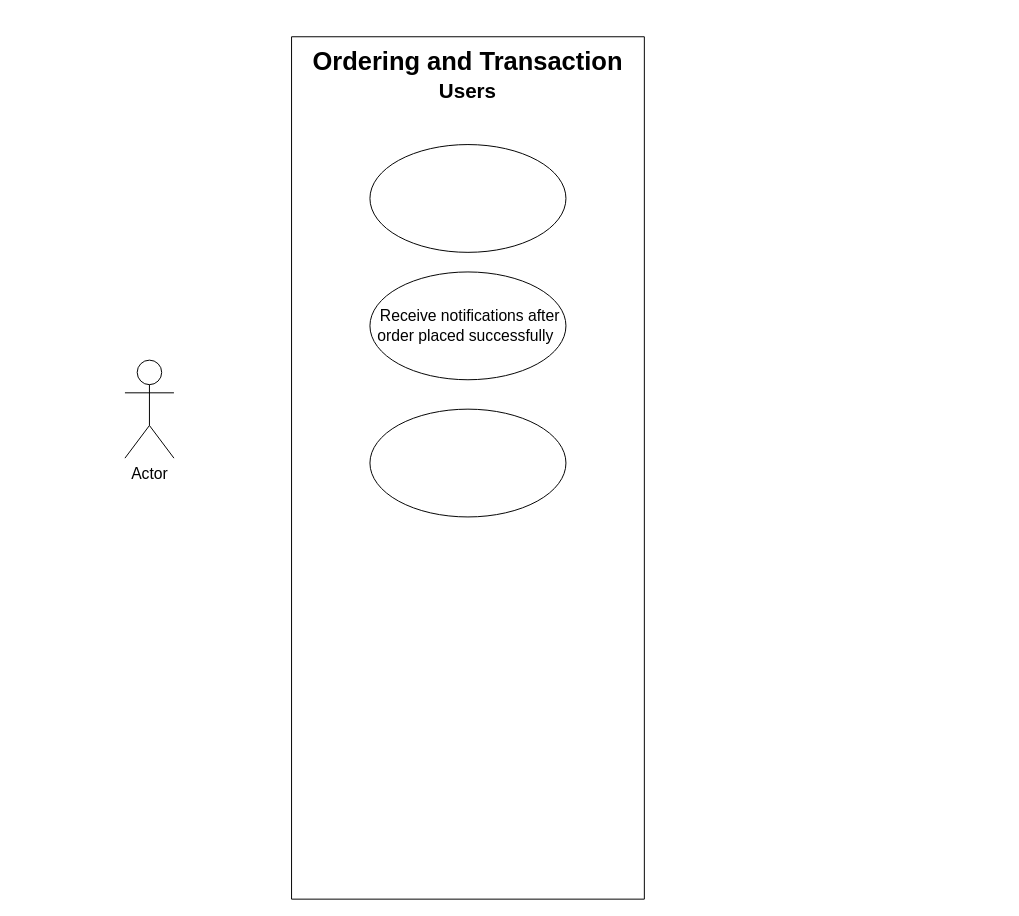
The draw.io diagram SAD_Assignment.drawio in i4GS/test, before the edit. Source tidied: cells renumbered, new cells numbered last; positions are measured from the earlier drawing's top-left corner, leaving out a move shared by most shapes. Both pictures are drawn from the tidied source at 98%, with x=0, y=0 at pixel (124, 17).
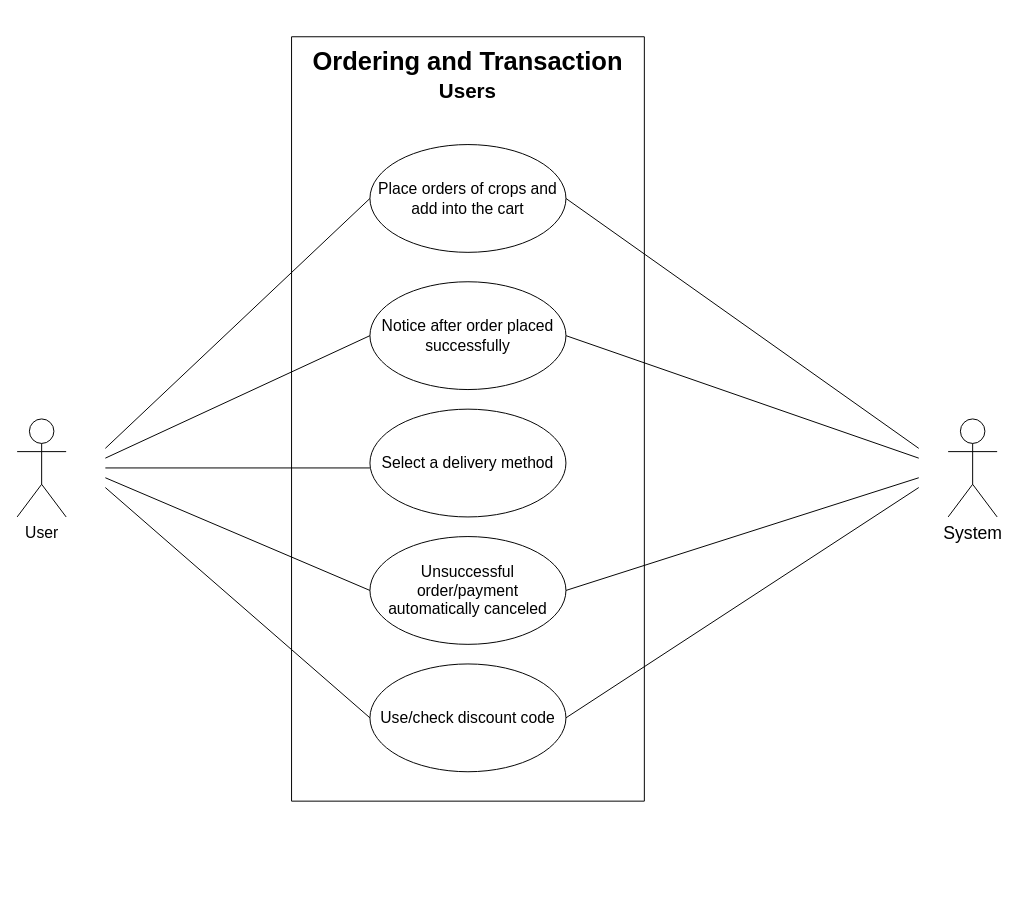
After the change.

What changed in the source:
```diff
@@
-    <mxCell id="3" value="Actor" style="shape=umlActor;verticalLabelPosition=bottom;verticalAlign=top;html=1;fontSize=16;" parent="1" vertex="1">
-      <mxGeometry y="350" width="50" height="100" as="geometry" />
+    <mxCell id="3" value="User" style="shape=umlActor;verticalLabelPosition=bottom;verticalAlign=top;html=1;fontSize=16;" parent="1" vertex="1">
+      <mxGeometry x="-110" y="410" width="50" height="100" as="geometry" />
     </mxCell>
-    <mxCell id="4" value="&amp;nbsp;Receive notifications after order placed successfully&amp;nbsp;" style="ellipse;whiteSpace=wrap;html=1;fontSize=16;" parent="1" vertex="1">
-      <mxGeometry x="250" y="260" width="200" height="110" as="geometry" />
-    </mxCell>
     <mxCell id="5" style="swimlane;startSize=0;fontSize=16;" parent="1" vertex="1">
-      <mxGeometry x="170" y="20" width="360" height="880" as="geometry" />
+      <mxGeometry x="170" y="20" width="360" height="780" as="geometry" />
     </mxCell>
-    <mxCell id="6" style="ellipse;whiteSpace=wrap;html=1;fontSize=16;" parent="5" vertex="1">
+    <mxCell id="6" value="Place orders of crops and add into the cart" style="ellipse;whiteSpace=wrap;html=1;fontSize=16;" parent="5" vertex="1">
       <mxGeometry x="80" y="110" width="200" height="110" as="geometry" />
     </mxCell>
@@
-    <mxCell id="8" style="ellipse;whiteSpace=wrap;html=1;fontSize=16;" parent="5" vertex="1">
+    <mxCell id="8" value="Select a delivery method" style="ellipse;whiteSpace=wrap;html=1;fontSize=16;" parent="5" vertex="1">
       <mxGeometry x="80" y="380" width="200" height="110" as="geometry" />
     </mxCell>
+    <mxCell id="4" value="&lt;font style=&quot;font-size: 16px;&quot;&gt;Notice&amp;nbsp;&lt;font style=&quot;font-size: 16px;&quot;&gt;after order placed successfully&lt;/font&gt;&lt;/font&gt;" style="ellipse;whiteSpace=wrap;html=1;fontSize=16;" parent="5" vertex="1">
+      <mxGeometry x="80" y="250" width="200" height="110" as="geometry" />
+    </mxCell>
+    <mxCell id="9" value="Unsuccessful order/payment automatically canceled" style="ellipse;whiteSpace=wrap;html=1;fontSize=16;" parent="5" vertex="1">
+      <mxGeometry x="80" y="510" width="200" height="110" as="geometry" />
+    </mxCell>
+    <mxCell id="10" value="Use/check discount code" style="ellipse;whiteSpace=wrap;html=1;fontSize=16;" parent="5" vertex="1">
+      <mxGeometry x="80" y="640" width="200" height="110" as="geometry" />
+    </mxCell>
+    <mxCell id="11" value="&lt;font style=&quot;font-size: 18px;&quot;&gt;System&lt;/font&gt;" style="shape=umlActor;verticalLabelPosition=bottom;verticalAlign=top;html=1;" parent="1" vertex="1">
+      <mxGeometry x="840" y="410" width="50" height="100" as="geometry" />
+    </mxCell>
+    <mxCell id="12" style="endArrow=none;html=1;rounded=0;entryX=0;entryY=0.5;entryDx=0;entryDy=0;" parent="1" edge="1" target="6">
+      <mxGeometry relative="1" as="geometry">
+        <mxPoint x="-20" y="440" as="sourcePoint" />
+      </mxGeometry>
+    </mxCell>
+    <mxCell id="13" style="endArrow=none;html=1;rounded=0;entryX=0;entryY=0.5;entryDx=0;entryDy=0;" parent="1" edge="1" target="4">
+      <mxGeometry relative="1" as="geometry">
+        <mxPoint x="-20" y="450" as="sourcePoint" />
+      </mxGeometry>
+    </mxCell>
+    <mxCell id="14" style="endArrow=none;html=1;rounded=0;" parent="1" edge="1">
+      <mxGeometry relative="1" as="geometry">
+        <mxPoint x="-20" y="460" as="sourcePoint" />
+        <mxPoint x="250" y="460" as="targetPoint" />
+      </mxGeometry>
+    </mxCell>
+    <mxCell id="15" style="endArrow=none;html=1;rounded=0;entryX=1;entryY=0.5;entryDx=0;entryDy=0;" parent="1" edge="1" target="4">
+      <mxGeometry relative="1" as="geometry">
+        <mxPoint x="810" y="450" as="sourcePoint" />
+      </mxGeometry>
+    </mxCell>
+    <mxCell id="16" style="endArrow=none;html=1;rounded=0;entryX=0;entryY=0.5;entryDx=0;entryDy=0;" parent="1" edge="1" target="9">
+      <mxGeometry relative="1" as="geometry">
+        <mxPoint x="-20" y="470" as="sourcePoint" />
+      </mxGeometry>
+    </mxCell>
+    <mxCell id="17" style="endArrow=none;html=1;rounded=0;entryX=0;entryY=0.5;entryDx=0;entryDy=0;" parent="1" edge="1" target="10">
+      <mxGeometry relative="1" as="geometry">
+        <mxPoint x="-20" y="480" as="sourcePoint" />
+      </mxGeometry>
+    </mxCell>
+    <mxCell id="18" style="endArrow=none;html=1;rounded=0;exitX=1;exitY=0.5;exitDx=0;exitDy=0;" parent="1" edge="1" source="10">
+      <mxGeometry relative="1" as="geometry">
+        <mxPoint x="810" y="480" as="targetPoint" />
+      </mxGeometry>
+    </mxCell>
+    <mxCell id="19" style="endArrow=none;html=1;rounded=0;entryX=1;entryY=0.5;entryDx=0;entryDy=0;" parent="1" edge="1" target="6">
+      <mxGeometry relative="1" as="geometry">
+        <mxPoint x="810" y="440" as="sourcePoint" />
+      </mxGeometry>
+    </mxCell>
+    <mxCell id="20" style="endArrow=none;html=1;rounded=0;exitX=1;exitY=0.5;exitDx=0;exitDy=0;" parent="1" edge="1" source="9">
+      <mxGeometry relative="1" as="geometry">
+        <mxPoint x="810" y="470" as="targetPoint" />
+      </mxGeometry>
+    </mxCell>
```
